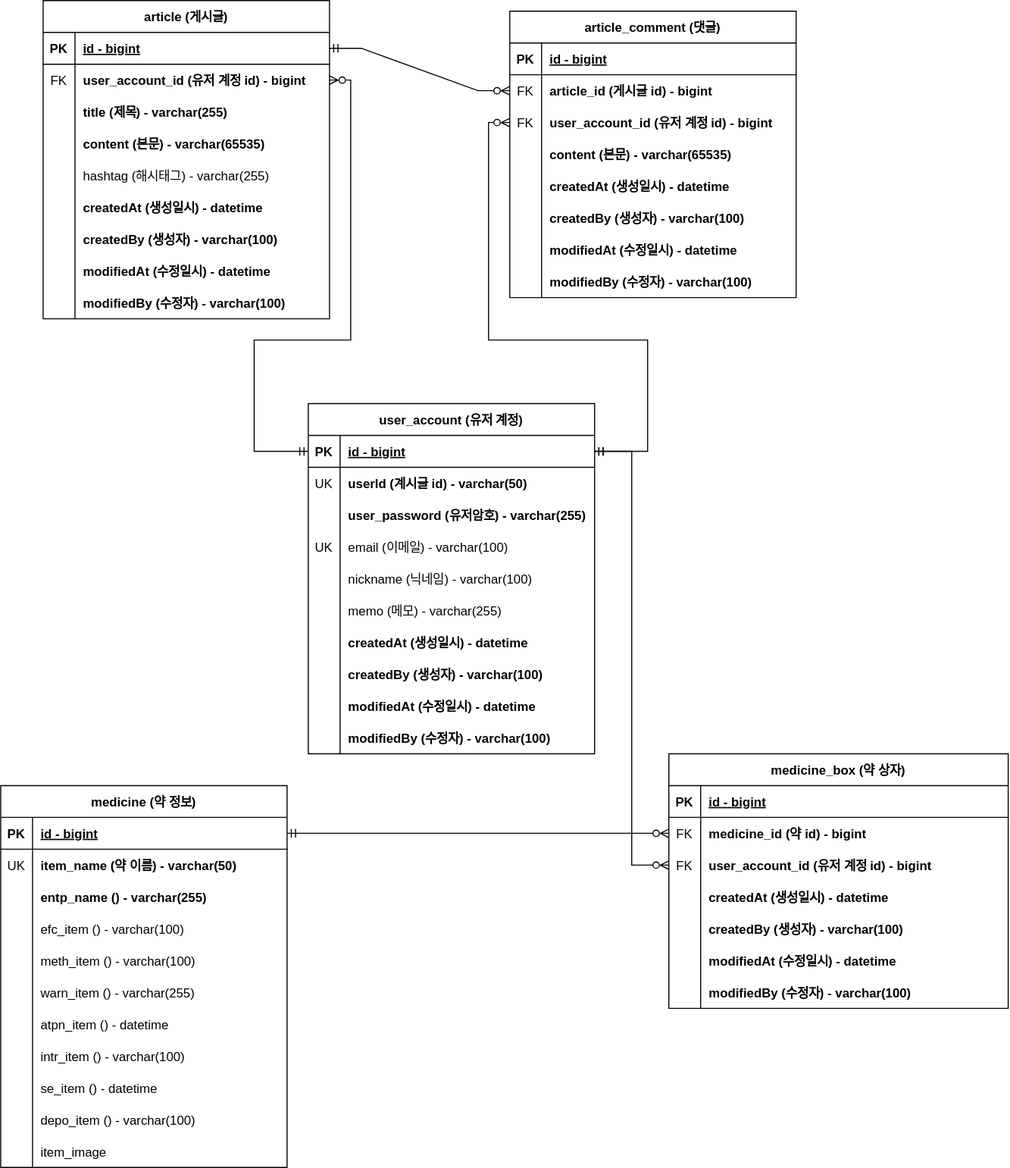
The draw.io diagram document/meditime-erd.svg in jonnygim/meditime-springboot-backend, before a commit. Source tidied: cells renumbered, new cells last; positions are measured from the earlier drawing's top-left corner, leaving out a move shared by most shapes.
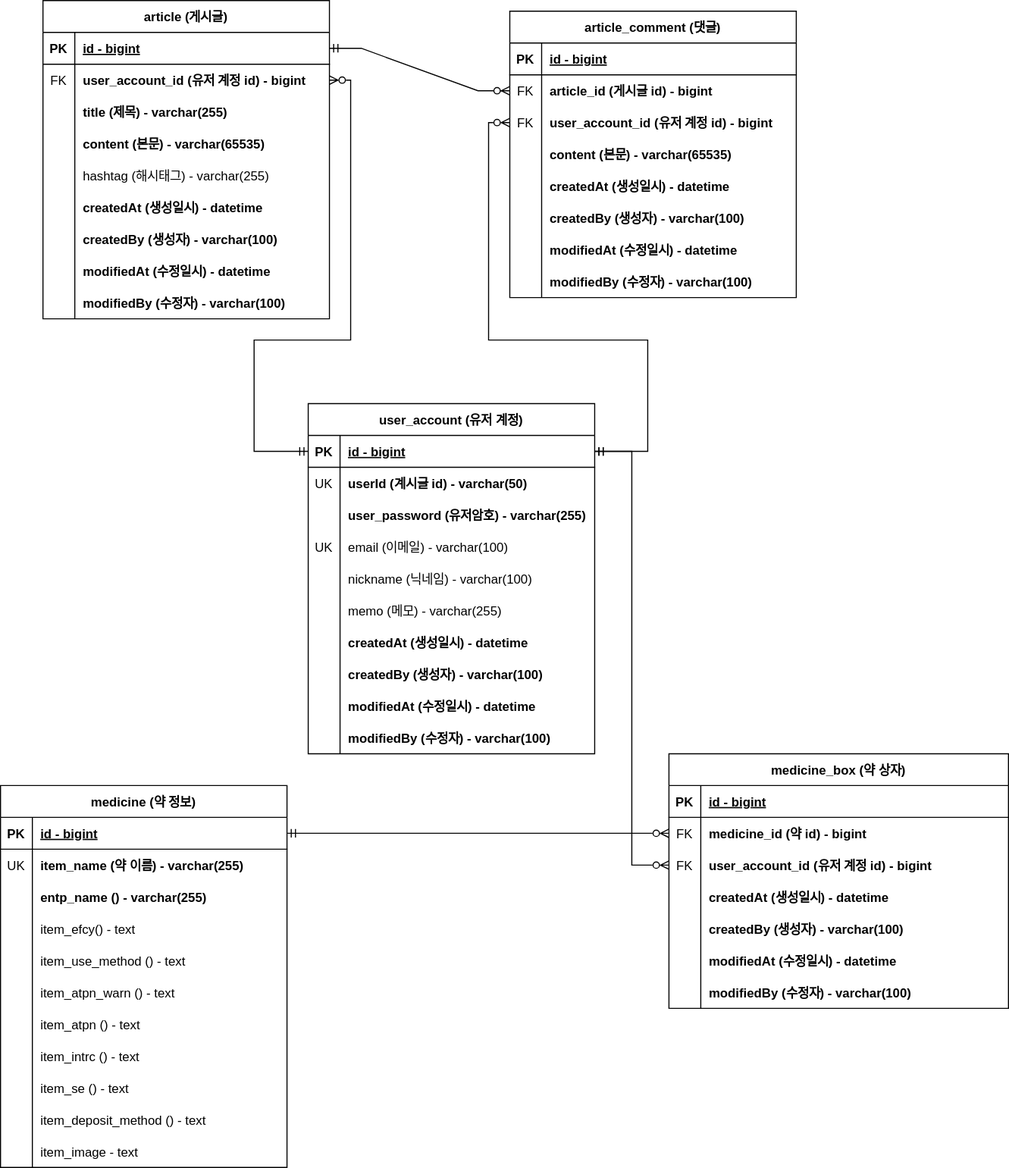
Above is the later version.

Change to the diagram source:
```diff
@@ -272,7 +272,7 @@
     <mxCell id="91" value="UK" style="shape=partialRectangle;fillColor=none;top=0;left=0;bottom=0;right=0;overflow=hidden;" parent="90" vertex="1">
       <mxGeometry width="30" height="30" as="geometry" />
     </mxCell>
-    <mxCell id="92" value="item_name (약 이름) - varchar(50)" style="shape=partialRectangle;fillColor=none;top=0;left=0;bottom=0;right=0;align=left;spacingLeft=6;overflow=hidden;fontStyle=1;" parent="90" vertex="1">
+    <mxCell id="92" value="item_name (약 이름) - varchar(255)" style="shape=partialRectangle;fillColor=none;top=0;left=0;bottom=0;right=0;align=left;spacingLeft=6;overflow=hidden;fontStyle=1;" parent="90" vertex="1">
       <mxGeometry x="30" width="240" height="30" as="geometry" />
     </mxCell>
     <mxCell id="93" style="shape=tableRow;horizontal=0;startSize=0;swimlaneHead=0;swimlaneBody=0;fillColor=none;top=0;left=0;right=0;bottom=0;" parent="86" vertex="1">
@@ -290,7 +290,7 @@
     <mxCell id="97" style="shape=partialRectangle;fillColor=none;top=0;left=0;bottom=0;right=0;overflow=hidden;" parent="96" vertex="1">
       <mxGeometry width="30" height="30" as="geometry" />
     </mxCell>
-    <mxCell id="98" value="efc_item () - varchar(100)" style="shape=partialRectangle;fillColor=none;top=0;left=0;bottom=0;right=0;align=left;spacingLeft=6;overflow=hidden;" parent="96" vertex="1">
+    <mxCell id="98" value="item_efcy() - text" style="shape=partialRectangle;fillColor=none;top=0;left=0;bottom=0;right=0;align=left;spacingLeft=6;overflow=hidden;" parent="96" vertex="1">
       <mxGeometry x="30" width="240" height="30" as="geometry" />
     </mxCell>
     <mxCell id="99" style="shape=tableRow;horizontal=0;startSize=0;swimlaneHead=0;swimlaneBody=0;fillColor=none;top=0;left=0;right=0;bottom=0;" parent="86" vertex="1">
@@ -299,7 +299,7 @@
     <mxCell id="100" style="shape=partialRectangle;fillColor=none;top=0;left=0;bottom=0;right=0;overflow=hidden;" parent="99" vertex="1">
       <mxGeometry width="30" height="30" as="geometry" />
     </mxCell>
-    <mxCell id="101" value="meth_item () - varchar(100)" style="shape=partialRectangle;fillColor=none;top=0;left=0;bottom=0;right=0;align=left;spacingLeft=6;overflow=hidden;" parent="99" vertex="1">
+    <mxCell id="101" value="item_use_method () - text" style="shape=partialRectangle;fillColor=none;top=0;left=0;bottom=0;right=0;align=left;spacingLeft=6;overflow=hidden;" parent="99" vertex="1">
       <mxGeometry x="30" width="240" height="30" as="geometry" />
     </mxCell>
     <mxCell id="102" style="shape=tableRow;horizontal=0;startSize=0;swimlaneHead=0;swimlaneBody=0;fillColor=none;top=0;left=0;right=0;bottom=0;" parent="86" vertex="1">
@@ -308,7 +308,7 @@
     <mxCell id="103" style="shape=partialRectangle;fillColor=none;top=0;left=0;bottom=0;right=0;overflow=hidden;" parent="102" vertex="1">
       <mxGeometry width="30" height="30" as="geometry" />
     </mxCell>
-    <mxCell id="104" value="warn_item () - varchar(255)" style="shape=partialRectangle;fillColor=none;top=0;left=0;bottom=0;right=0;align=left;spacingLeft=6;overflow=hidden;" parent="102" vertex="1">
+    <mxCell id="104" value="item_atpn_warn () - text" style="shape=partialRectangle;fillColor=none;top=0;left=0;bottom=0;right=0;align=left;spacingLeft=6;overflow=hidden;" parent="102" vertex="1">
       <mxGeometry x="30" width="240" height="30" as="geometry" />
     </mxCell>
     <mxCell id="105" style="shape=tableRow;horizontal=0;startSize=0;swimlaneHead=0;swimlaneBody=0;fillColor=none;top=0;left=0;right=0;bottom=0;" parent="86" vertex="1">
@@ -317,7 +317,7 @@
     <mxCell id="106" style="shape=partialRectangle;fillColor=none;top=0;left=0;bottom=0;right=0;overflow=hidden;" parent="105" vertex="1">
       <mxGeometry width="30" height="30" as="geometry" />
     </mxCell>
-    <mxCell id="107" value="atpn_item () - datetime" style="shape=partialRectangle;fillColor=none;top=0;left=0;bottom=0;right=0;align=left;spacingLeft=6;overflow=hidden;fontStyle=0;" parent="105" vertex="1">
+    <mxCell id="107" value="item_atpn () - text" style="shape=partialRectangle;fillColor=none;top=0;left=0;bottom=0;right=0;align=left;spacingLeft=6;overflow=hidden;fontStyle=0;" parent="105" vertex="1">
       <mxGeometry x="30" width="240" height="30" as="geometry" />
     </mxCell>
     <mxCell id="108" style="shape=tableRow;horizontal=0;startSize=0;swimlaneHead=0;swimlaneBody=0;fillColor=none;top=0;left=0;right=0;bottom=0;" parent="86" vertex="1">
@@ -326,7 +326,7 @@
     <mxCell id="109" style="shape=partialRectangle;fillColor=none;top=0;left=0;bottom=0;right=0;overflow=hidden;" parent="108" vertex="1">
       <mxGeometry width="30" height="30" as="geometry" />
     </mxCell>
-    <mxCell id="110" value="intr_item () - varchar(100)" style="shape=partialRectangle;fillColor=none;top=0;left=0;bottom=0;right=0;align=left;spacingLeft=6;overflow=hidden;fontStyle=0;" parent="108" vertex="1">
+    <mxCell id="110" value="item_intrc () - text" style="shape=partialRectangle;fillColor=none;top=0;left=0;bottom=0;right=0;align=left;spacingLeft=6;overflow=hidden;fontStyle=0;" parent="108" vertex="1">
       <mxGeometry x="30" width="240" height="30" as="geometry" />
     </mxCell>
     <mxCell id="111" style="shape=tableRow;horizontal=0;startSize=0;swimlaneHead=0;swimlaneBody=0;fillColor=none;top=0;left=0;right=0;bottom=0;" parent="86" vertex="1">
@@ -335,7 +335,7 @@
     <mxCell id="112" style="shape=partialRectangle;fillColor=none;top=0;left=0;bottom=0;right=0;overflow=hidden;" parent="111" vertex="1">
       <mxGeometry width="30" height="30" as="geometry" />
     </mxCell>
-    <mxCell id="113" value="se_item () - datetime" style="shape=partialRectangle;fillColor=none;top=0;left=0;bottom=0;right=0;align=left;spacingLeft=6;overflow=hidden;fontStyle=0;" parent="111" vertex="1">
+    <mxCell id="113" value="item_se () - text" style="shape=partialRectangle;fillColor=none;top=0;left=0;bottom=0;right=0;align=left;spacingLeft=6;overflow=hidden;fontStyle=0;" parent="111" vertex="1">
       <mxGeometry x="30" width="240" height="30" as="geometry" />
     </mxCell>
     <mxCell id="114" style="shape=tableRow;horizontal=0;startSize=0;swimlaneHead=0;swimlaneBody=0;fillColor=none;top=0;left=0;right=0;bottom=0;" parent="86" vertex="1">
@@ -344,7 +344,7 @@
     <mxCell id="115" style="shape=partialRectangle;fillColor=none;top=0;left=0;bottom=0;right=0;overflow=hidden;" parent="114" vertex="1">
       <mxGeometry width="30" height="30" as="geometry" />
     </mxCell>
-    <mxCell id="116" value="depo_item () - varchar(100)" style="shape=partialRectangle;fillColor=none;top=0;left=0;bottom=0;right=0;align=left;spacingLeft=6;overflow=hidden;fontStyle=0;" parent="114" vertex="1">
+    <mxCell id="116" value="item_deposit_method () - text" style="shape=partialRectangle;fillColor=none;top=0;left=0;bottom=0;right=0;align=left;spacingLeft=6;overflow=hidden;fontStyle=0;" parent="114" vertex="1">
       <mxGeometry x="30" width="240" height="30" as="geometry" />
     </mxCell>
     <mxCell id="117" style="shape=tableRow;horizontal=0;startSize=0;swimlaneHead=0;swimlaneBody=0;fillColor=none;top=0;left=0;right=0;bottom=0;" parent="86" vertex="1">
@@ -353,7 +353,7 @@
     <mxCell id="118" style="shape=partialRectangle;fillColor=none;top=0;left=0;bottom=0;right=0;overflow=hidden;" parent="117" vertex="1">
       <mxGeometry width="30" height="30" as="geometry" />
     </mxCell>
-    <mxCell id="119" value="item_image" style="shape=partialRectangle;fillColor=none;top=0;left=0;bottom=0;right=0;align=left;spacingLeft=6;overflow=hidden;" parent="117" vertex="1">
+    <mxCell id="119" value="item_image - text" style="shape=partialRectangle;fillColor=none;top=0;left=0;bottom=0;right=0;align=left;spacingLeft=6;overflow=hidden;" parent="117" vertex="1">
       <mxGeometry x="30" width="240" height="30" as="geometry" />
     </mxCell>
     <mxCell id="120" value="medicine_box (약 상자)" style="shape=table;startSize=30;rowLines=0;fontStyle=1;align=center;" parent="1" vertex="1">
```
